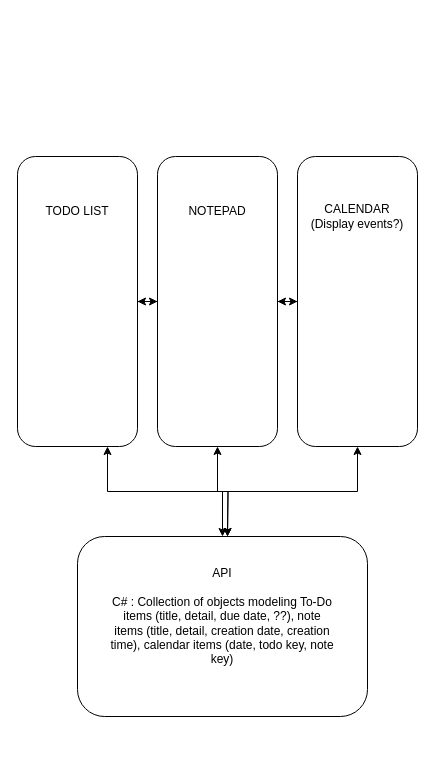
Before: Untitled Diagram.drawio in bjhuot/Listio, a draw.io diagram. Source tidied: cells renumbered, new cells numbered last; positions are measured from the earlier drawing's top-left corner, leaving out a move shared by most shapes. Both pictures are drawn from the tidied source at 100%, with x=0, y=0 at pixel (17, 156).
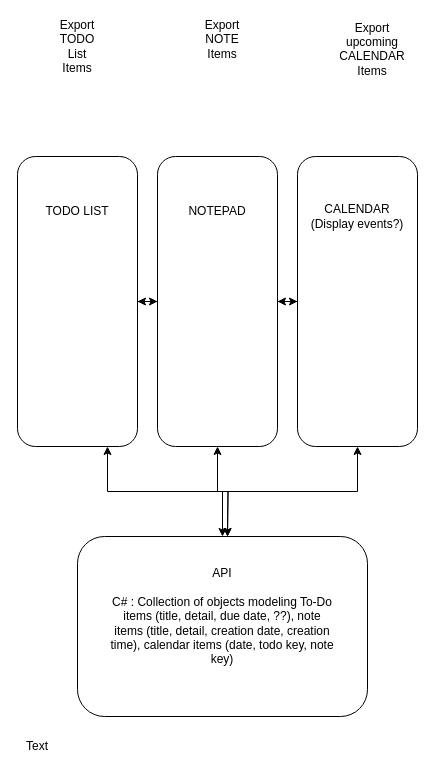
The same page after the edit.

Commit message:
Added export idea

Change to the diagram source:
```diff
@@
+    <mxCell id="16" value="Text" style="text;html=1;strokeColor=none;fillColor=none;align=center;verticalAlign=middle;whiteSpace=wrap;rounded=0;" parent="1" vertex="1">
+      <mxGeometry y="580" width="40" height="20" as="geometry" />
+    </mxCell>
+    <mxCell id="17" value="Export TODO List Items&lt;br&gt;" style="text;html=1;strokeColor=none;fillColor=none;align=center;verticalAlign=middle;whiteSpace=wrap;rounded=0;" parent="1" vertex="1">
+      <mxGeometry x="40" y="-120" width="40" height="20" as="geometry" />
+    </mxCell>
+    <mxCell id="18" value="Export NOTE Items&lt;br&gt;&lt;br&gt;" style="text;html=1;strokeColor=none;fillColor=none;align=center;verticalAlign=middle;whiteSpace=wrap;rounded=0;" parent="1" vertex="1">
+      <mxGeometry x="185" y="-120" width="40" height="20" as="geometry" />
+    </mxCell>
+    <mxCell id="19" value="Export upcoming CALENDAR Items&lt;br&gt;&lt;br&gt;" style="text;html=1;strokeColor=none;fillColor=none;align=center;verticalAlign=middle;whiteSpace=wrap;rounded=0;" parent="1" vertex="1">
+      <mxGeometry x="320" y="-120" width="70" height="40" as="geometry" />
+    </mxCell>
```
